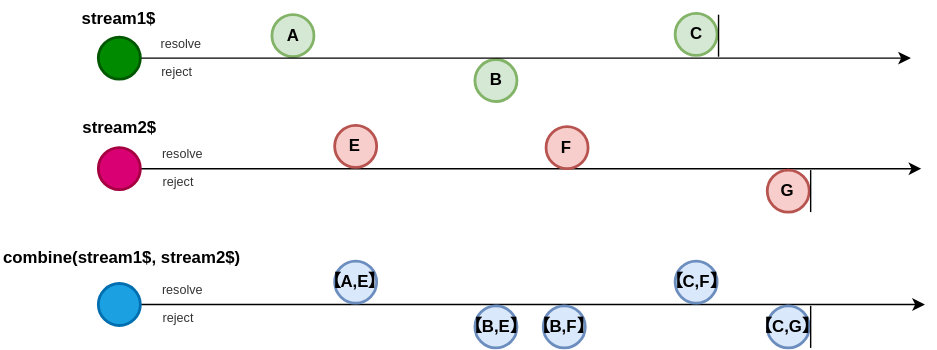
This is docs/public/combine.drawio.svg from fluthjs/fluth-doc, a draw.io export, as it was before one commit. Source tidied: cells renumbered, new cells last; positions are measured from the earlier drawing's top-left corner, leaving out a move shared by most shapes.
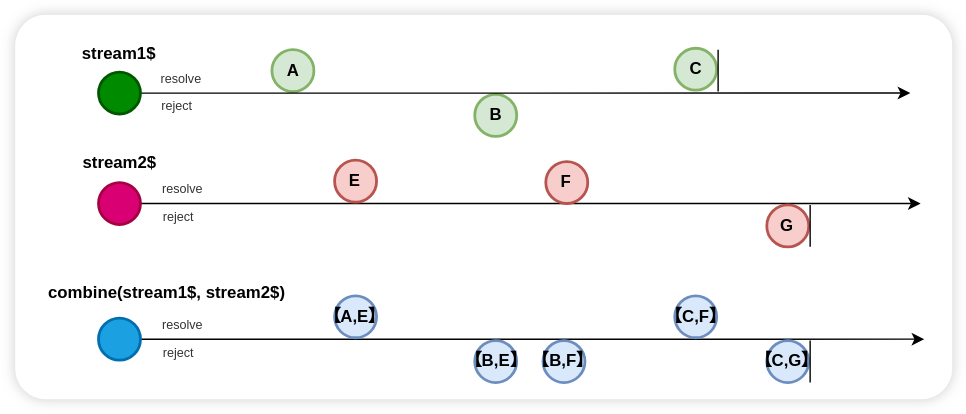
After the change.

Diff of the diagram source:
```diff
@@ -2,6 +2,9 @@
   <root>
     <mxCell id="0" />
     <mxCell id="1" parent="0" />
+    <mxCell id="31" style="rounded=1;whiteSpace=wrap;html=1;fontFamily=Helvetica;fontSize=11;fontColor=default;labelBackgroundColor=default;arcSize=8;shadow=1;glass=0;strokeColor=none;shadowOffsetX=0;shadowOffsetY=0;shadowBlur=5;shadowColor=#333333;" parent="1" vertex="1">
+      <mxGeometry x="10" y="-15" width="670" height="275" as="geometry" />
+    </mxCell>
     <mxCell id="2" style="edgeStyle=orthogonalEdgeStyle;rounded=0;jettySize=auto;html=1;exitX=1;exitY=0.5;exitDx=0;exitDy=0;" parent="1" edge="1" source="5">
       <mxGeometry relative="1" as="geometry">
         <mxPoint x="657.4" y="120" as="targetPoint" />
@@ -50,7 +53,7 @@
       </mxGeometry>
     </mxCell>
     <mxCell id="14" value="combine(stream1$, stream2$)" style="text;whiteSpace=wrap;strokeWidth=1;fontStyle=1;" parent="1" vertex="1">
-      <mxGeometry y="170" width="213.2" height="32" as="geometry" />
+      <mxGeometry x="32" y="170" width="213.2" height="32" as="geometry" />
     </mxCell>
     <mxCell id="15" style="edgeStyle=orthogonalEdgeStyle;rounded=0;jettySize=auto;html=1;" parent="1" edge="1" source="16">
       <mxGeometry relative="1" as="geometry">
```
